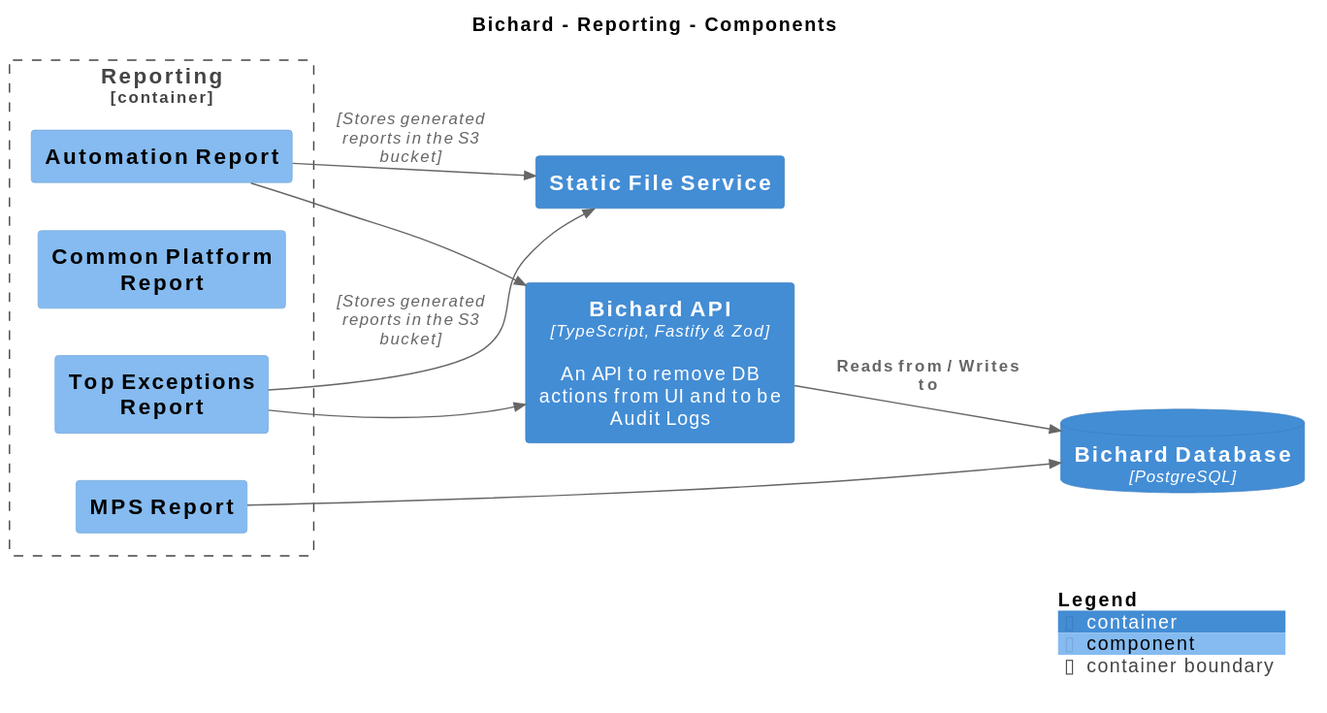
ministryofjustice/bichard7-next-core keeps this PlantUML diagram as main/svg/Component-004.svg. Above is the earlier version. Its source is kept beside it as main/puml/Component-004.puml.
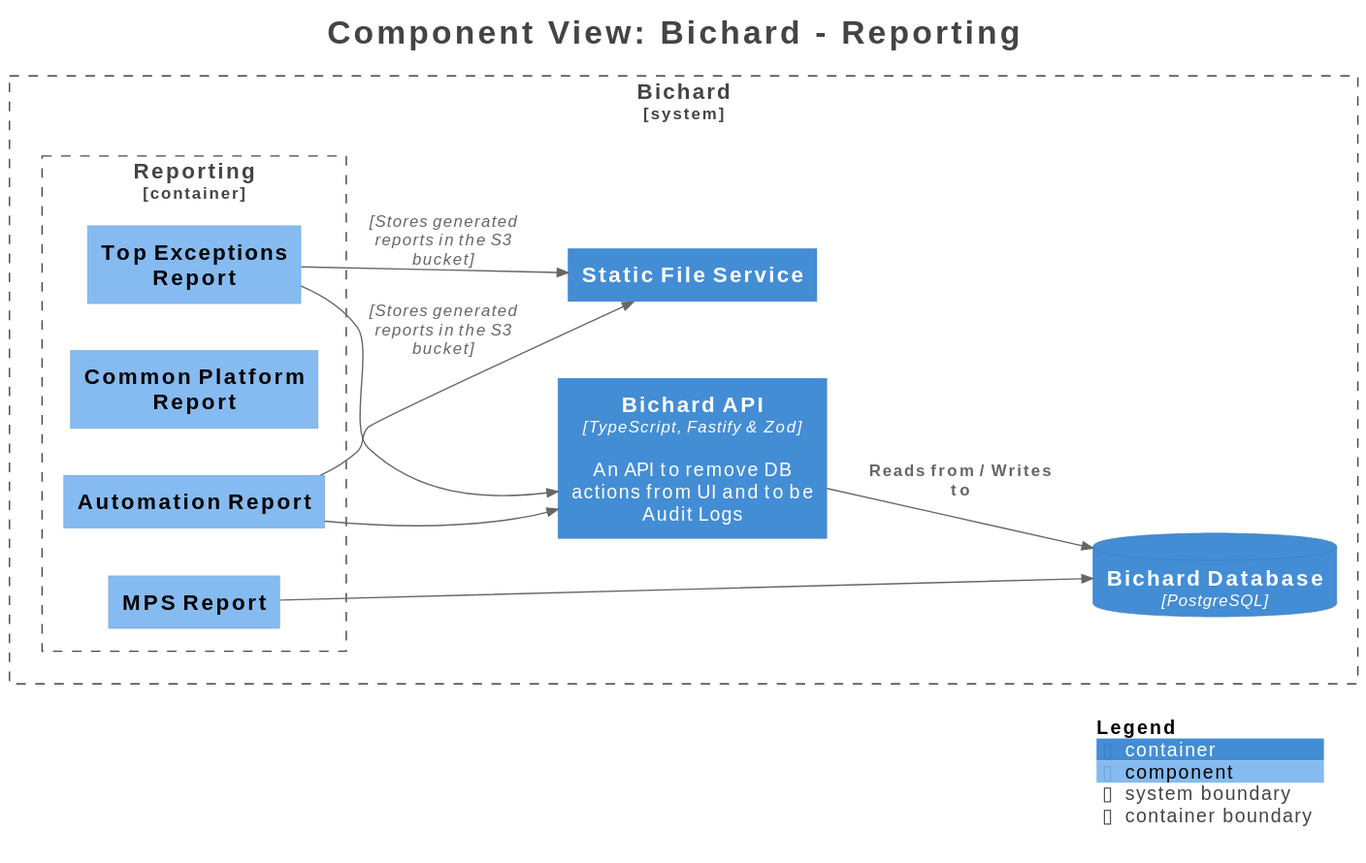
Later version of the same file.

What changed in the source:
```diff
@@ -1,23 +1,32 @@
 @startuml
+title <size:24>Component View: Bichard - Reporting</size>
+
 set separator none
-title Bichard - Reporting - Components
+left to right direction
 
-left to right direction
+<style>
+  root {
+    BackgroundColor: #ffffff
+    FontColor: #444444
+  }
+</style>
 
 !include <C4/C4>
 !include <C4/C4_Context>
 !include <C4/C4_Container>
 !include <C4/C4_Component>
 
-ContainerDb(Bichard.BichardDatabase, "Bichard Database", $techn="PostgreSQL", $descr="", $tags="", $link="")
-Container(Bichard.StaticFileService, "Static File Service", $techn="", $descr="", $tags="", $link="")
-Container(Bichard.BichardAPI, "Bichard API", $techn="TypeScript, Fastify & Zod", $descr="An API to remove DB actions from UI and to be Audit Logs", $tags="", $link="")
+System_Boundary("Bichard_boundary", "Bichard", $tags="") {
+  Container_Boundary("Bichard.Reporting_boundary", "Reporting", $tags="") {
+    Component(Bichard.Reporting.AutomationReport, "Automation Report", $techn="", $descr="", $tags="", $link="")
+    Component(Bichard.Reporting.CommonPlatformReport, "Common Platform Report", $techn="", $descr="", $tags="", $link="")
+    Component(Bichard.Reporting.MPSReport, "MPS Report", $techn="", $descr="", $tags="", $link="")
+    Component(Bichard.Reporting.TopExceptionsReport, "Top Exceptions Report", $techn="", $descr="", $tags="", $link="")
+  }
 
-Container_Boundary("Bichard.Reporting_boundary", "Reporting", $tags="") {
-  Component(Bichard.Reporting.AutomationReport, "Automation Report", $techn="", $descr="", $tags="", $link="")
-  Component(Bichard.Reporting.CommonPlatformReport, "Common Platform Report", $techn="", $descr="", $tags="", $link="")
-  Component(Bichard.Reporting.MPSReport, "MPS Report", $techn="", $descr="", $tags="", $link="")
-  Component(Bichard.Reporting.TopExceptionsReport, "Top Exceptions Report", $techn="", $descr="", $tags="", $link="")
+  ContainerDb(Bichard.BichardDatabase, "Bichard Database", $techn="PostgreSQL", $descr="", $tags="", $link="")
+  Container(Bichard.StaticFileService, "Static File Service", $techn="", $descr="", $tags="", $link="")
+  Container(Bichard.BichardAPI, "Bichard API", $techn="TypeScript, Fastify & Zod", $descr="An API to remove DB actions from UI and to be Audit Logs", $tags="", $link="")
 }
 
 Rel(Bichard.Reporting.AutomationReport, Bichard.BichardAPI, "", $techn="", $tags="", $link="")
@@ -28,4 +37,5 @@
 Rel(Bichard.BichardAPI, Bichard.BichardDatabase, "Reads from / Writes to", $techn="", $tags="", $link="")
 
 SHOW_LEGEND(true)
+hide stereotypes
 @enduml
```
